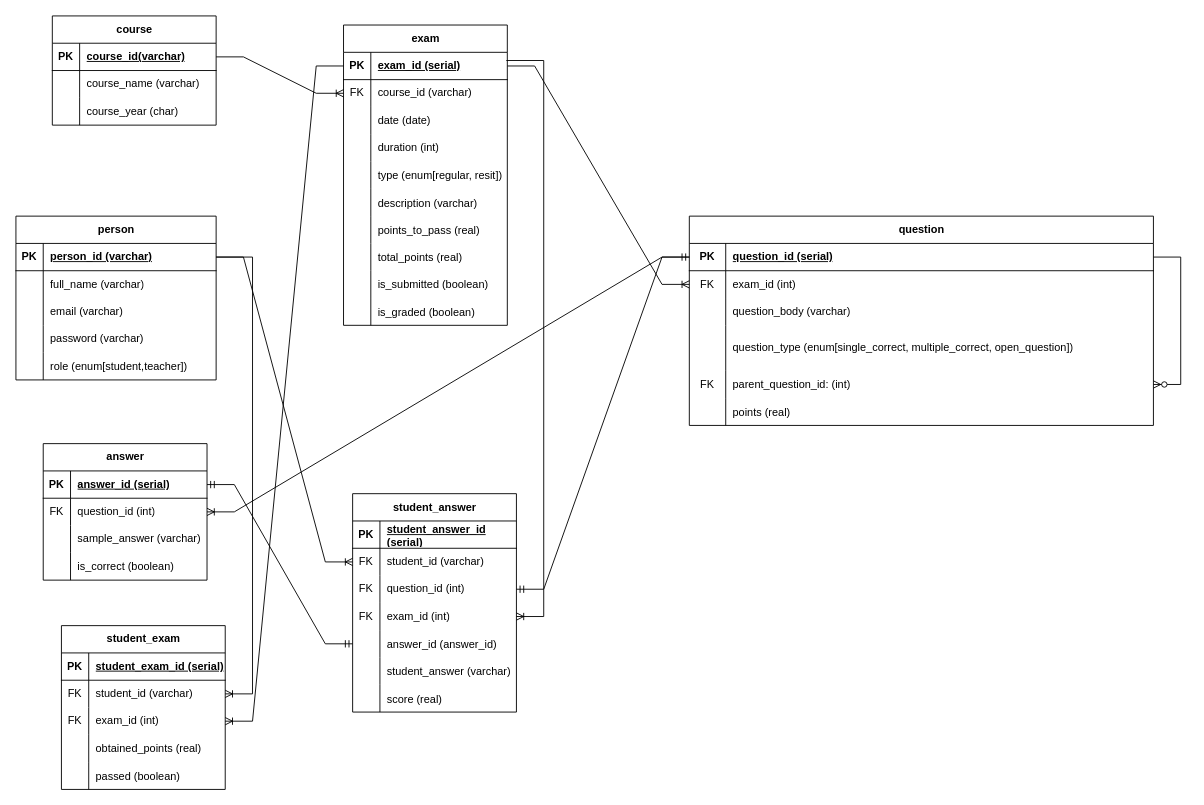
Above: diagrams/DatabaseDiagram.drawio in KMichaylov/exsys (draw.io), before the change. Source tidied: cells renumbered, new cells numbered last; positions are measured from the earlier drawing's top-left corner, leaving out a move shared by most shapes. Both pictures are drawn from the tidied source at 91%, with x=0, y=0 at pixel (15, 15).
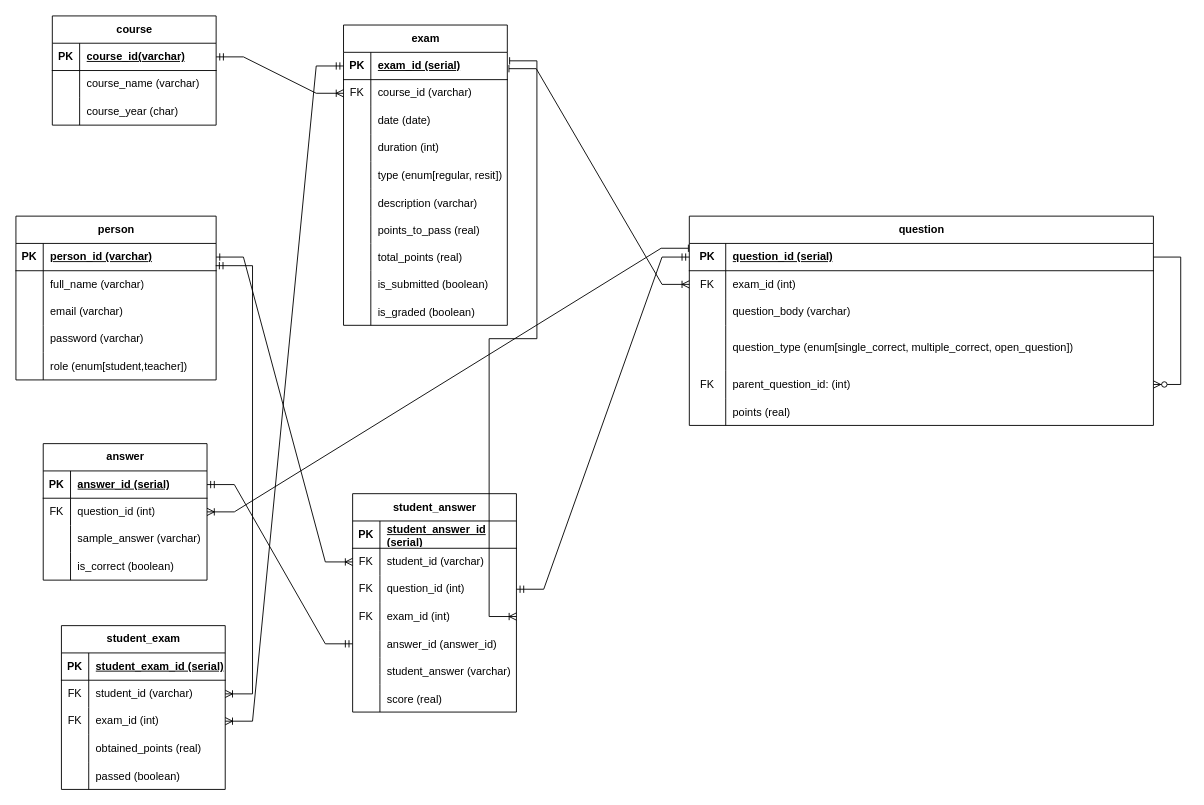
After the change.

Commit message (it also covers changes not shown here):
Add initial states of other database models

The change refers to these unchanged cells:
```xml
<mxCell id="3" style="shape=tableRow;horizontal=0;startSize=0;swimlaneHead=0;swimlaneBody=0;fillColor=none;points=[[0,0.5],[1,0.5]];portConstraint=eastwest;top=0;left=0;right=0;bottom=1;" parent="2" vertex="1">
  <mxGeometry y="30" width="180" height="30" as="geometry" />
</mxCell>
<mxCell id="13" style="shape=tableRow;horizontal=0;startSize=0;swimlaneHead=0;swimlaneBody=0;fillColor=none;points=[[0,0.5],[1,0.5]];portConstraint=eastwest;top=0;left=0;right=0;bottom=1;" parent="12" vertex="1">
  <mxGeometry y="30" width="510" height="30" as="geometry" />
</mxCell>
<mxCell id="16" style="shape=tableRow;horizontal=0;startSize=0;swimlaneHead=0;swimlaneBody=0;fillColor=none;points=[[0,0.5],[1,0.5]];portConstraint=eastwest;top=0;left=0;right=0;bottom=0;" parent="12" vertex="1">
  <mxGeometry y="60" width="510" height="30" as="geometry" />
</mxCell>
<mxCell id="33" style="shape=tableRow;horizontal=0;startSize=0;swimlaneHead=0;swimlaneBody=0;fillColor=none;points=[[0,0.5],[1,0.5]];portConstraint=eastwest;top=0;left=0;right=0;bottom=1;" parent="32" vertex="1">
  <mxGeometry y="30" width="220" height="30" as="geometry" />
</mxCell>
<mxCell id="52" style="shape=tableRow;horizontal=0;startSize=0;swimlaneHead=0;swimlaneBody=0;fillColor=none;points=[[0,0.5],[1,0.5]];portConstraint=eastwest;top=0;left=0;right=0;bottom=0;" parent="48" vertex="1">
  <mxGeometry y="60" width="180" height="30" as="geometry" />
</mxCell>
<mxCell id="65" style="shape=tableRow;horizontal=0;startSize=0;swimlaneHead=0;swimlaneBody=0;fillColor=none;points=[[0,0.5],[1,0.5]];portConstraint=eastwest;top=0;left=0;right=0;bottom=0;" parent="61" vertex="1">
  <mxGeometry y="60" width="180" height="30" as="geometry" />
</mxCell>
<mxCell id="68" style="shape=tableRow;horizontal=0;startSize=0;swimlaneHead=0;swimlaneBody=0;fillColor=none;points=[[0,0.5],[1,0.5]];portConstraint=eastwest;top=0;left=0;right=0;bottom=0;" parent="61" vertex="1">
  <mxGeometry y="90" width="180" height="30" as="geometry" />
</mxCell>
<mxCell id="78" style="shape=tableRow;horizontal=0;startSize=0;swimlaneHead=0;swimlaneBody=0;fillColor=none;points=[[0,0.5],[1,0.5]];portConstraint=eastwest;top=0;left=0;right=0;bottom=1;" parent="77" vertex="1">
  <mxGeometry y="30" width="180" height="30" as="geometry" />
</mxCell>
<mxCell id="81" style="shape=tableRow;horizontal=0;startSize=0;swimlaneHead=0;swimlaneBody=0;fillColor=none;points=[[0,0.5],[1,0.5]];portConstraint=eastwest;top=0;left=0;right=0;bottom=0;" parent="77" vertex="1">
  <mxGeometry y="60" width="180" height="30" as="geometry" />
</mxCell>
<mxCell id="112" style="shape=tableRow;horizontal=0;startSize=0;swimlaneHead=0;swimlaneBody=0;fillColor=none;points=[[0,0.5],[1,0.5]];portConstraint=eastwest;top=0;left=0;right=0;bottom=0;" parent="108" vertex="1">
  <mxGeometry y="60" width="180" height="30" as="geometry" />
</mxCell>
<mxCell id="118" style="shape=tableRow;horizontal=0;startSize=0;swimlaneHead=0;swimlaneBody=0;fillColor=none;points=[[0,0.5],[1,0.5]];portConstraint=eastwest;top=0;left=0;right=0;bottom=0;" parent="108" vertex="1">
  <mxGeometry y="120" width="180" height="30" as="geometry" />
</mxCell>
```

Diff of the diagram source:
```diff
@@
-    <mxCell id="130" style="edgeStyle=entityRelationEdgeStyle;fontSize=12;html=1;endArrow=ERoneToMany;rounded=0;exitX=1;exitY=0.5;exitDx=0;exitDy=0;entryX=0;entryY=0.5;entryDx=0;entryDy=0;" parent="1" edge="1" source="3" target="81">
+    <mxCell id="130" style="edgeStyle=entityRelationEdgeStyle;fontSize=12;html=1;endArrow=ERoneToMany;rounded=0;exitX=1;exitY=0.5;exitDx=0;exitDy=0;entryX=0;entryY=0.5;entryDx=0;entryDy=0;startArrow=ERmandOne;startFill=0;" parent="1" edge="1" source="3" target="81">
       <mxGeometry relative="1" as="geometry" />
     </mxCell>
-    <mxCell id="131" style="edgeStyle=entityRelationEdgeStyle;fontSize=12;html=1;endArrow=ERoneToMany;rounded=0;exitX=0;exitY=0.5;exitDx=0;exitDy=0;entryX=1;entryY=0.5;entryDx=0;entryDy=0;" parent="1" edge="1" source="78" target="68">
+    <mxCell id="131" style="edgeStyle=entityRelationEdgeStyle;fontSize=12;html=1;endArrow=ERoneToMany;rounded=0;exitX=0;exitY=0.5;exitDx=0;exitDy=0;entryX=1;entryY=0.5;entryDx=0;entryDy=0;startArrow=ERmandOne;startFill=0;" parent="1" edge="1" source="78" target="68">
       <mxGeometry relative="1" as="geometry">
         <Array as="points">
           <mxPoint x="310" y="75" />
           <mxPoint x="560" y="30" />
           <mxPoint x="600" y="65" />
         </Array>
       </mxGeometry>
     </mxCell>
-    <mxCell id="132" style="edgeStyle=entityRelationEdgeStyle;fontSize=12;html=1;endArrow=ERoneToMany;rounded=0;exitX=1;exitY=0.5;exitDx=0;exitDy=0;entryX=0;entryY=0.5;entryDx=0;entryDy=0;" parent="1" edge="1" source="78" target="16">
-      <mxGeometry relative="1" as="geometry" />
+    <mxCell id="132" style="edgeStyle=entityRelationEdgeStyle;fontSize=12;html=1;endArrow=ERoneToMany;rounded=0;entryX=0;entryY=0.5;entryDx=0;entryDy=0;startArrow=baseDash;startFill=0;exitX=1.01;exitY=0.599;exitDx=0;exitDy=0;exitPerimeter=0;" parent="1" edge="1" source="78" target="16">
+      <mxGeometry relative="1" as="geometry">
+        <Array as="points">
+          <mxPoint x="560" y="60" />
+        </Array>
+      </mxGeometry>
     </mxCell>
-    <mxCell id="133" style="edgeStyle=entityRelationEdgeStyle;fontSize=12;html=1;endArrow=ERoneToMany;rounded=0;exitX=0.994;exitY=0.3;exitDx=0;exitDy=0;exitPerimeter=0;" parent="1" edge="1" source="78" target="118">
+    <mxCell id="133" style="edgeStyle=entityRelationEdgeStyle;fontSize=12;html=1;endArrow=ERoneToMany;rounded=0;startArrow=baseDash;startFill=0;exitX=1.014;exitY=0.312;exitDx=0;exitDy=0;exitPerimeter=0;entryX=1;entryY=0.5;entryDx=0;entryDy=0;" parent="1" edge="1" source="78" target="118">
       <mxGeometry relative="1" as="geometry" />
     </mxCell>
@@
-    <mxCell id="135" style="edgeStyle=entityRelationEdgeStyle;fontSize=12;html=1;endArrow=ERoneToMany;rounded=0;exitX=0;exitY=0.5;exitDx=0;exitDy=0;entryX=1;entryY=0.5;entryDx=0;entryDy=0;" parent="1" edge="1" source="13" target="52">
+    <mxCell id="135" style="edgeStyle=entityRelationEdgeStyle;fontSize=12;html=1;endArrow=ERoneToMany;rounded=0;exitX=-0.002;exitY=0.177;exitDx=0;exitDy=0;entryX=1;entryY=0.5;entryDx=0;entryDy=0;exitPerimeter=0;startArrow=baseDash;startFill=0;" parent="1" edge="1" source="13" target="52">
       <mxGeometry relative="1" as="geometry" />
     </mxCell>
-    <mxCell id="136" style="edgeStyle=entityRelationEdgeStyle;fontSize=12;html=1;endArrow=ERoneToMany;rounded=0;exitX=1;exitY=0.5;exitDx=0;exitDy=0;" parent="1" edge="1" source="33" target="65">
+    <mxCell id="136" style="edgeStyle=entityRelationEdgeStyle;fontSize=12;html=1;endArrow=ERoneToMany;rounded=0;exitX=0.998;exitY=0.815;exitDx=0;exitDy=0;startArrow=ERmandOne;startFill=0;exitPerimeter=0;" parent="1" edge="1" source="33" target="65">
       <mxGeometry relative="1" as="geometry" />
     </mxCell>
-    <mxCell id="137" style="edgeStyle=entityRelationEdgeStyle;fontSize=12;html=1;endArrow=ERoneToMany;rounded=0;exitX=1;exitY=0.5;exitDx=0;exitDy=0;entryX=0;entryY=0.5;entryDx=0;entryDy=0;" parent="1" edge="1" source="33" target="112">
+    <mxCell id="137" style="edgeStyle=entityRelationEdgeStyle;fontSize=12;html=1;endArrow=ERoneToMany;rounded=0;exitX=1;exitY=0.5;exitDx=0;exitDy=0;entryX=0;entryY=0.5;entryDx=0;entryDy=0;startArrow=ERone;startFill=0;" parent="1" edge="1" source="33" target="112">
       <mxGeometry relative="1" as="geometry" />
     </mxCell>
```
